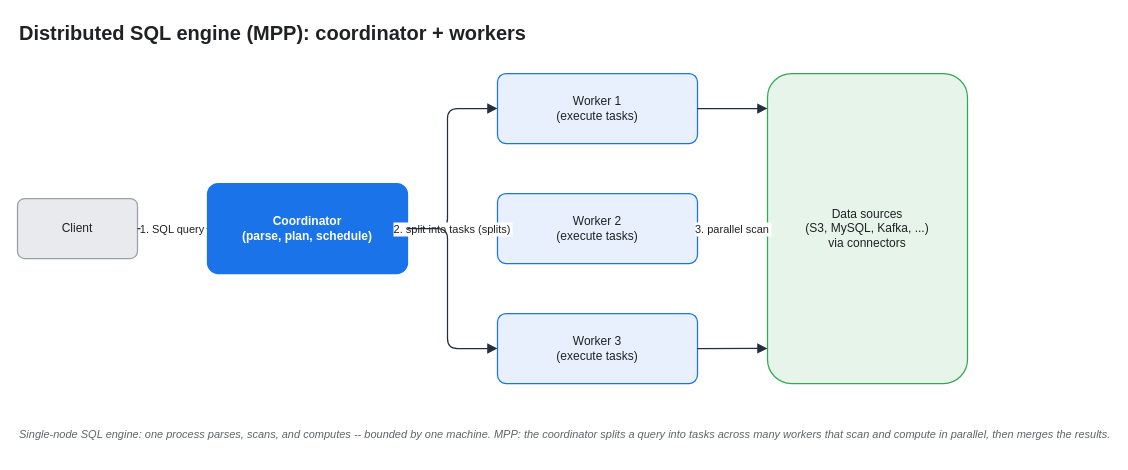
KKamJi98/kkamji98.github.io keeps this draw.io diagram as assets/img/aws/analytics-stack-03-distributed-sql-mpp.drawio. Above is the earlier version. Source tidied: cells renumbered, new cells numbered last; positions are measured from the earlier drawing's top-left corner, leaving out a move shared by most shapes. Both pictures are drawn from the tidied source at 100%, with x=0, y=0 at pixel (17, 17).
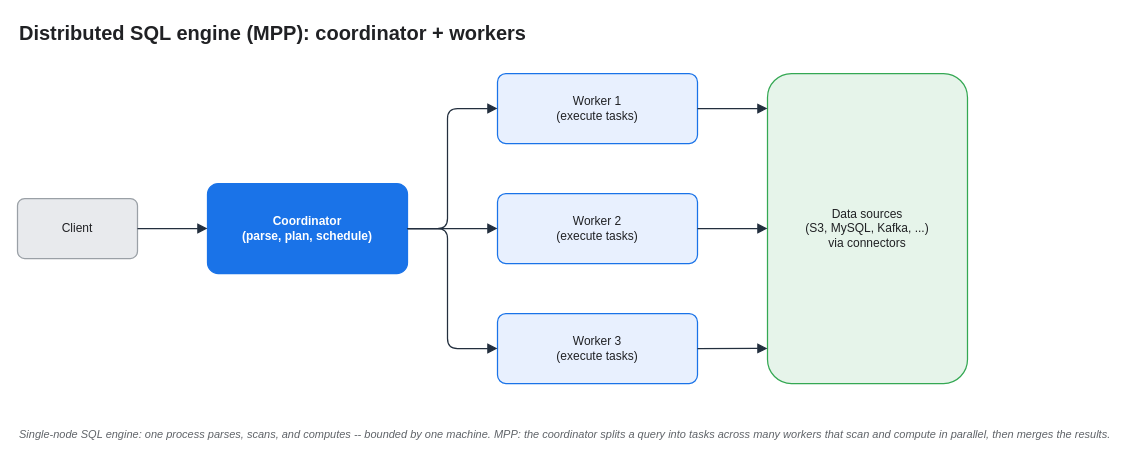
Above is the later version.

The change refers to these unchanged cells:
```xml
<mxCell id="3" value="Client" style="rounded=1;whiteSpace=wrap;html=0;arcSize=12;shadow=0;fillColor=#E8EAED;strokeColor=#9AA0A6;fontColor=#202124;strokeWidth=1.25;" parent="1" vertex="1">
  <mxGeometry y="181" width="120" height="60" as="geometry" />
</mxCell>
<mxCell id="4" value="Coordinator&#10;(parse, plan, schedule)" style="rounded=1;whiteSpace=wrap;html=0;arcSize=12;shadow=0;fillColor=#1A73E8;strokeColor=#1A73E8;fontColor=#FFFFFF;fontStyle=1;strokeWidth=1.25;" parent="1" vertex="1">
  <mxGeometry x="190" y="166" width="200" height="90" as="geometry" />
</mxCell>
<mxCell id="6" value="Worker 2&#10;(execute tasks)" style="rounded=1;whiteSpace=wrap;html=0;arcSize=12;shadow=0;fillColor=#E8F0FE;strokeColor=#1A73E8;fontColor=#202124;strokeWidth=1.25;" parent="1" vertex="1">
  <mxGeometry x="480" y="176" width="200" height="70" as="geometry" />
</mxCell>
<mxCell id="8" value="Data sources&#10;(S3, MySQL, Kafka, ...)&#10;via connectors" style="rounded=1;whiteSpace=wrap;html=0;arcSize=12;shadow=0;fillColor=#E6F4EA;strokeColor=#34A853;fontColor=#202124;strokeWidth=1.25;" parent="1" vertex="1">
  <mxGeometry x="750" y="56" width="200" height="310" as="geometry" />
</mxCell>
```

The edit, as a diff of the source:
```diff
@@
-    <mxCell id="9" value="1. SQL query" style="edgeStyle=orthogonalEdgeStyle;rounded=1;html=0;fontColor=#202124;strokeColor=#232F3E;labelBackgroundColor=#FFFFFF;endArrow=block;exitX=1;exitY=0.5;exitDx=0;exitDy=0;entryX=0;entryY=0.5;entryDx=0;entryDy=0;strokeWidth=1.25;endSize=7;" parent="1" edge="1" source="3" target="4">
+    <mxCell id="9" style="edgeStyle=orthogonalEdgeStyle;rounded=1;html=0;fontColor=#202124;strokeColor=#232F3E;labelBackgroundColor=none;endArrow=block;exitX=1;exitY=0.5;exitDx=0;exitDy=0;entryX=0;entryY=0.5;entryDx=0;entryDy=0;strokeWidth=1.25;endSize=7;" parent="1" edge="1" source="3" target="4">
       <mxGeometry relative="1" as="geometry" />
     </mxCell>
@@
-    <mxCell id="11" value="2. split into tasks (splits)" style="edgeStyle=orthogonalEdgeStyle;rounded=1;html=0;fontColor=#202124;strokeColor=#232F3E;labelBackgroundColor=#FFFFFF;endArrow=block;exitX=1;exitY=0.5;exitDx=0;exitDy=0;entryX=0;entryY=0.5;entryDx=0;entryDy=0;strokeWidth=1.25;endSize=7;" parent="1" edge="1" source="4" target="6">
+    <mxCell id="11" style="edgeStyle=orthogonalEdgeStyle;rounded=1;html=0;fontColor=#202124;strokeColor=#232F3E;labelBackgroundColor=none;endArrow=block;exitX=1;exitY=0.5;exitDx=0;exitDy=0;entryX=0;entryY=0.5;entryDx=0;entryDy=0;strokeWidth=1.25;endSize=7;" parent="1" edge="1" source="4" target="6">
       <mxGeometry relative="1" as="geometry" />
     </mxCell>
@@
-    <mxCell id="14" value="3. parallel scan" style="edgeStyle=orthogonalEdgeStyle;rounded=1;html=0;fontColor=#202124;strokeColor=#232F3E;labelBackgroundColor=#FFFFFF;endArrow=block;exitX=1;exitY=0.5;exitDx=0;exitDy=0;entryX=0;entryY=0.5;entryDx=0;entryDy=0;strokeWidth=1.25;endSize=7;" parent="1" edge="1" source="6" target="8">
+    <mxCell id="14" style="edgeStyle=orthogonalEdgeStyle;rounded=1;html=0;fontColor=#202124;strokeColor=#232F3E;labelBackgroundColor=none;endArrow=block;exitX=1;exitY=0.5;exitDx=0;exitDy=0;entryX=0;entryY=0.5;entryDx=0;entryDy=0;strokeWidth=1.25;endSize=7;" parent="1" edge="1" source="6" target="8">
       <mxGeometry relative="1" as="geometry" />
     </mxCell>
```
